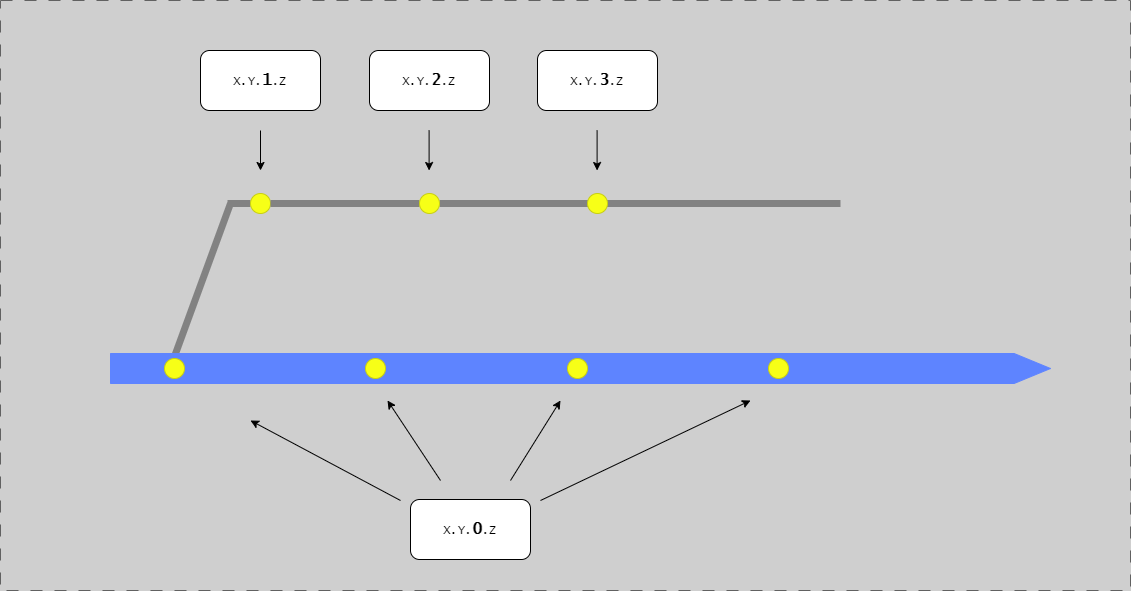
Above: docs/assets/branching/versioning-revision.drawio.png in ready-to-release/eac (draw.io), before the change. Source tidied: cells renumbered, new cells last; positions are measured from the earlier drawing's top-left corner, leaving out a move shared by most shapes. The source it was exported from:
```xml
<mxGraphModel background="#CFCFCF">
  <root>
    <mxCell id="0" />
    <mxCell id="1" parent="0" />
    <mxCell id="2" style="group;strokeColor=#616161;dashed=1;dashPattern=12 12;fontFamily=Lucida Console;" parent="1" vertex="1">
      <mxGeometry width="1130" height="590" as="geometry" />
    </mxCell>
    <mxCell id="3" style="endArrow=none;html=1;rounded=0;strokeColor=#828282;strokeWidth=7;exitX=0.069;exitY=0.02;exitDx=0;exitDy=0;exitPerimeter=0;fontFamily=Lucida Console;" parent="1" edge="1" source="5">
      <mxGeometry relative="1" as="geometry">
        <mxPoint x="230" y="203" as="targetPoint" />
      </mxGeometry>
    </mxCell>
    <mxCell id="4" style="endArrow=none;html=1;rounded=0;strokeColor=#828282;strokeWidth=7;fontFamily=Lucida Console;" parent="1" edge="1" source="9">
      <mxGeometry relative="1" as="geometry">
        <mxPoint x="840" y="203" as="targetPoint" />
      </mxGeometry>
    </mxCell>
    <mxCell id="5" style="shape=singleArrow;whiteSpace=wrap;html=1;arrowWidth=1;arrowSize=0.03868852459016379;fillColor=#5E84FF;strokeColor=#5E84FF;fontFamily=Lucida Console;" parent="1" vertex="1">
      <mxGeometry x="110" y="353" width="940" height="30" as="geometry" />
    </mxCell>
    <mxCell id="6" style="endArrow=none;html=1;rounded=0;strokeColor=#828282;strokeWidth=7;fontFamily=Lucida Console;" parent="1" edge="1" target="7">
      <mxGeometry relative="1" as="geometry">
        <mxPoint x="227" y="203" as="sourcePoint" />
      </mxGeometry>
    </mxCell>
    <mxCell id="7" style="ellipse;whiteSpace=wrap;html=1;fillColor=#F7FF17;strokeColor=#C8CF13;fontFamily=Lucida Console;" parent="1" vertex="1">
      <mxGeometry x="250" y="193" width="20" height="20" as="geometry" />
    </mxCell>
    <mxCell id="8" style="endArrow=none;html=1;rounded=0;strokeColor=#828282;strokeWidth=7;fontFamily=Lucida Console;" parent="1" edge="1" source="7" target="9">
      <mxGeometry relative="1" as="geometry" />
    </mxCell>
    <mxCell id="9" style="ellipse;whiteSpace=wrap;html=1;fillColor=#F7FF17;strokeColor=#C8CF13;fontFamily=Lucida Console;" parent="1" vertex="1">
      <mxGeometry x="419" y="193" width="20" height="20" as="geometry" />
    </mxCell>
    <mxCell id="10" style="ellipse;whiteSpace=wrap;html=1;fillColor=#F7FF17;strokeColor=#C8CF13;fontFamily=Lucida Console;" parent="1" vertex="1">
      <mxGeometry x="587" y="193" width="20" height="20" as="geometry" />
    </mxCell>
    <mxCell id="11" style="ellipse;whiteSpace=wrap;html=1;fillColor=#F7FF17;strokeColor=#C8CF13;fontFamily=Lucida Console;" parent="1" vertex="1">
      <mxGeometry x="164" y="358" width="20" height="20" as="geometry" />
    </mxCell>
    <mxCell id="12" style="ellipse;whiteSpace=wrap;html=1;fillColor=#F7FF17;strokeColor=#C8CF13;fontFamily=Lucida Console;" parent="1" vertex="1">
      <mxGeometry x="365" y="358" width="20" height="20" as="geometry" />
    </mxCell>
    <mxCell id="13" style="ellipse;whiteSpace=wrap;html=1;fillColor=#F7FF17;strokeColor=#C8CF13;fontFamily=Lucida Console;" parent="1" vertex="1">
      <mxGeometry x="567" y="358" width="20" height="20" as="geometry" />
    </mxCell>
    <mxCell id="14" style="ellipse;whiteSpace=wrap;html=1;fillColor=#F7FF17;strokeColor=#C8CF13;fontFamily=Lucida Console;" parent="1" vertex="1">
      <mxGeometry x="768" y="358" width="20" height="20" as="geometry" />
    </mxCell>
    <mxCell id="15" value="X.Y.&lt;b&gt;&lt;font style=&quot;font-size: 16px;&quot;&gt;0&lt;/font&gt;&lt;/b&gt;.Z" style="rounded=1;whiteSpace=wrap;html=1;fontFamily=Lucida Console;" parent="1" vertex="1">
      <mxGeometry x="410" y="499" width="120" height="60" as="geometry" />
    </mxCell>
    <mxCell id="16" value="X.Y.&lt;b&gt;&lt;font style=&quot;font-size: 16px;&quot;&gt;1&lt;/font&gt;&lt;/b&gt;.Z" style="rounded=1;whiteSpace=wrap;html=1;fontFamily=Lucida Console;" parent="1" vertex="1">
      <mxGeometry x="200" y="50" width="120" height="60" as="geometry" />
    </mxCell>
    <mxCell id="17" value="X.Y.&lt;b&gt;&lt;font style=&quot;font-size: 16px;&quot;&gt;2&lt;/font&gt;&lt;/b&gt;.Z" style="rounded=1;whiteSpace=wrap;html=1;fontFamily=Lucida Console;" parent="1" vertex="1">
      <mxGeometry x="369" y="50" width="120" height="60" as="geometry" />
    </mxCell>
    <mxCell id="18" value="X.Y.&lt;b&gt;&lt;font style=&quot;font-size: 16px;&quot;&gt;3&lt;/font&gt;&lt;/b&gt;.Z" style="rounded=1;whiteSpace=wrap;html=1;fontFamily=Lucida Console;" parent="1" vertex="1">
      <mxGeometry x="537" y="50" width="120" height="60" as="geometry" />
    </mxCell>
    <mxCell id="19" style="endArrow=classic;html=1;rounded=0;" parent="1" edge="1">
      <mxGeometry relative="1" as="geometry">
        <mxPoint x="400" y="500" as="sourcePoint" />
        <mxPoint x="250" y="420" as="targetPoint" />
      </mxGeometry>
    </mxCell>
    <mxCell id="20" style="endArrow=classic;html=1;rounded=0;" parent="1" edge="1">
      <mxGeometry relative="1" as="geometry">
        <mxPoint x="440" y="480" as="sourcePoint" />
        <mxPoint x="387" y="400" as="targetPoint" />
      </mxGeometry>
    </mxCell>
    <mxCell id="21" style="endArrow=classic;html=1;rounded=0;" parent="1" edge="1">
      <mxGeometry relative="1" as="geometry">
        <mxPoint x="510" y="480" as="sourcePoint" />
        <mxPoint x="560" y="400" as="targetPoint" />
      </mxGeometry>
    </mxCell>
    <mxCell id="22" style="endArrow=classic;html=1;rounded=0;" parent="1" edge="1">
      <mxGeometry relative="1" as="geometry">
        <mxPoint x="540" y="500" as="sourcePoint" />
        <mxPoint x="750" y="400" as="targetPoint" />
      </mxGeometry>
    </mxCell>
    <mxCell id="23" style="endArrow=classic;html=1;rounded=0;" parent="1" edge="1">
      <mxGeometry relative="1" as="geometry">
        <mxPoint x="260" y="130" as="sourcePoint" />
        <mxPoint x="260" y="170" as="targetPoint" />
      </mxGeometry>
    </mxCell>
    <mxCell id="24" style="endArrow=classic;html=1;rounded=0;" parent="1" edge="1">
      <mxGeometry relative="1" as="geometry">
        <mxPoint x="428.6" y="130" as="sourcePoint" />
        <mxPoint x="428.6" y="170" as="targetPoint" />
      </mxGeometry>
    </mxCell>
    <mxCell id="25" style="endArrow=classic;html=1;rounded=0;" parent="1" edge="1">
      <mxGeometry relative="1" as="geometry">
        <mxPoint x="596.6" y="130" as="sourcePoint" />
        <mxPoint x="596.6" y="170" as="targetPoint" />
      </mxGeometry>
    </mxCell>
  </root>
</mxGraphModel>
```
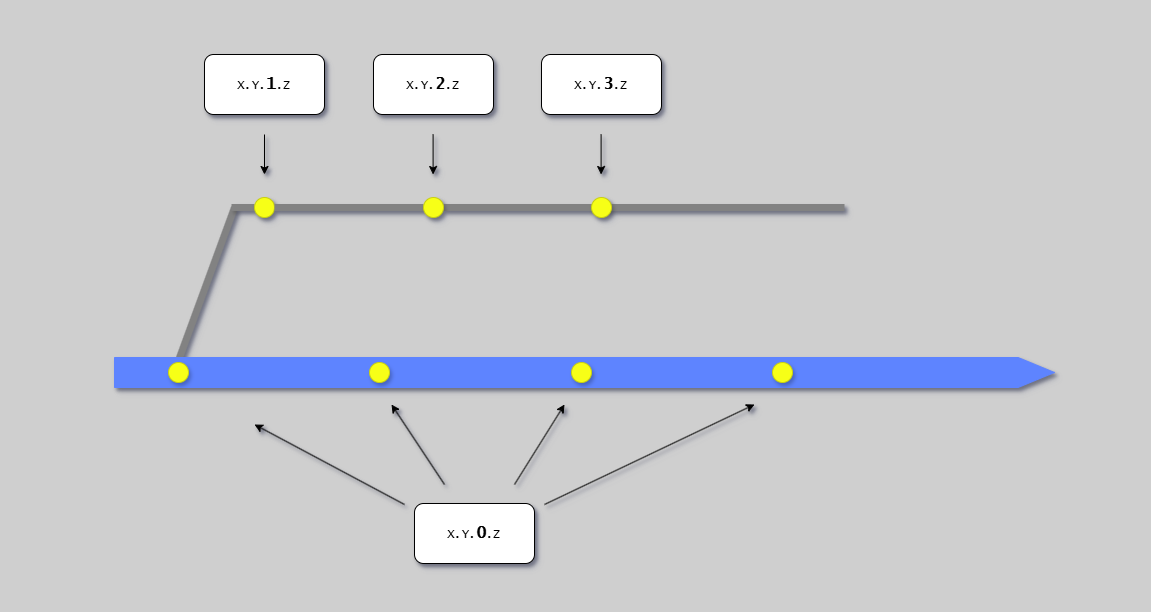
The same file after the commit.

Change to the diagram source:
```diff
@@ -1,101 +1,101 @@
-<mxGraphModel background="#CFCFCF">
+<mxGraphModel background="#CFCFCF" shadow="1">
   <root>
     <mxCell id="0" />
     <mxCell id="1" parent="0" />
-    <mxCell id="2" style="group;strokeColor=#616161;dashed=1;dashPattern=12 12;fontFamily=Lucida Console;" parent="1" vertex="1">
+    <mxCell id="2" style="group;strokeColor=none;dashed=1;dashPattern=12 12;fontFamily=Lucida Console;shadow=1;" parent="1" vertex="1">
       <mxGeometry width="1130" height="590" as="geometry" />
     </mxCell>
-    <mxCell id="3" style="endArrow=none;html=1;rounded=0;strokeColor=#828282;strokeWidth=7;exitX=0.069;exitY=0.02;exitDx=0;exitDy=0;exitPerimeter=0;fontFamily=Lucida Console;" parent="1" edge="1" source="5">
+    <mxCell id="3" style="endArrow=none;html=1;rounded=0;strokeColor=#828282;strokeWidth=7;exitX=0.069;exitY=0.02;exitDx=0;exitDy=0;exitPerimeter=0;fontFamily=Lucida Console;shadow=1;" parent="1" edge="1" source="5">
       <mxGeometry relative="1" as="geometry">
         <mxPoint x="230" y="203" as="targetPoint" />
       </mxGeometry>
     </mxCell>
-    <mxCell id="4" style="endArrow=none;html=1;rounded=0;strokeColor=#828282;strokeWidth=7;fontFamily=Lucida Console;" parent="1" edge="1" source="9">
+    <mxCell id="4" style="endArrow=none;html=1;rounded=0;strokeColor=#828282;strokeWidth=7;fontFamily=Lucida Console;shadow=1;" parent="1" edge="1" source="9">
       <mxGeometry relative="1" as="geometry">
         <mxPoint x="840" y="203" as="targetPoint" />
       </mxGeometry>
     </mxCell>
-    <mxCell id="5" style="shape=singleArrow;whiteSpace=wrap;html=1;arrowWidth=1;arrowSize=0.03868852459016379;fillColor=#5E84FF;strokeColor=#5E84FF;fontFamily=Lucida Console;" parent="1" vertex="1">
+    <mxCell id="5" style="shape=singleArrow;whiteSpace=wrap;html=1;arrowWidth=1;arrowSize=0.03868852459016379;fillColor=#5E84FF;strokeColor=#5E84FF;fontFamily=Lucida Console;shadow=1;" parent="1" vertex="1">
       <mxGeometry x="110" y="353" width="940" height="30" as="geometry" />
     </mxCell>
-    <mxCell id="6" style="endArrow=none;html=1;rounded=0;strokeColor=#828282;strokeWidth=7;fontFamily=Lucida Console;" parent="1" edge="1" target="7">
+    <mxCell id="6" style="endArrow=none;html=1;rounded=0;strokeColor=#828282;strokeWidth=7;fontFamily=Lucida Console;shadow=1;" parent="1" edge="1" target="7">
       <mxGeometry relative="1" as="geometry">
         <mxPoint x="227" y="203" as="sourcePoint" />
       </mxGeometry>
     </mxCell>
-    <mxCell id="7" style="ellipse;whiteSpace=wrap;html=1;fillColor=#F7FF17;strokeColor=#C8CF13;fontFamily=Lucida Console;" parent="1" vertex="1">
+    <mxCell id="7" style="ellipse;whiteSpace=wrap;html=1;fillColor=#F7FF17;strokeColor=#C8CF13;fontFamily=Lucida Console;shadow=1;" parent="1" vertex="1">
       <mxGeometry x="250" y="193" width="20" height="20" as="geometry" />
     </mxCell>
-    <mxCell id="8" style="endArrow=none;html=1;rounded=0;strokeColor=#828282;strokeWidth=7;fontFamily=Lucida Console;" parent="1" edge="1" source="7" target="9">
+    <mxCell id="8" style="endArrow=none;html=1;rounded=0;strokeColor=#828282;strokeWidth=7;fontFamily=Lucida Console;shadow=1;" parent="1" edge="1" source="7" target="9">
       <mxGeometry relative="1" as="geometry" />
     </mxCell>
-    <mxCell id="9" style="ellipse;whiteSpace=wrap;html=1;fillColor=#F7FF17;strokeColor=#C8CF13;fontFamily=Lucida Console;" parent="1" vertex="1">
+    <mxCell id="9" style="ellipse;whiteSpace=wrap;html=1;fillColor=#F7FF17;strokeColor=#C8CF13;fontFamily=Lucida Console;shadow=1;" parent="1" vertex="1">
       <mxGeometry x="419" y="193" width="20" height="20" as="geometry" />
     </mxCell>
-    <mxCell id="10" style="ellipse;whiteSpace=wrap;html=1;fillColor=#F7FF17;strokeColor=#C8CF13;fontFamily=Lucida Console;" parent="1" vertex="1">
+    <mxCell id="10" style="ellipse;whiteSpace=wrap;html=1;fillColor=#F7FF17;strokeColor=#C8CF13;fontFamily=Lucida Console;shadow=1;" parent="1" vertex="1">
       <mxGeometry x="587" y="193" width="20" height="20" as="geometry" />
     </mxCell>
-    <mxCell id="11" style="ellipse;whiteSpace=wrap;html=1;fillColor=#F7FF17;strokeColor=#C8CF13;fontFamily=Lucida Console;" parent="1" vertex="1">
+    <mxCell id="11" style="ellipse;whiteSpace=wrap;html=1;fillColor=#F7FF17;strokeColor=#C8CF13;fontFamily=Lucida Console;shadow=1;" parent="1" vertex="1">
       <mxGeometry x="164" y="358" width="20" height="20" as="geometry" />
     </mxCell>
-    <mxCell id="12" style="ellipse;whiteSpace=wrap;html=1;fillColor=#F7FF17;strokeColor=#C8CF13;fontFamily=Lucida Console;" parent="1" vertex="1">
+    <mxCell id="12" style="ellipse;whiteSpace=wrap;html=1;fillColor=#F7FF17;strokeColor=#C8CF13;fontFamily=Lucida Console;shadow=1;" parent="1" vertex="1">
       <mxGeometry x="365" y="358" width="20" height="20" as="geometry" />
     </mxCell>
-    <mxCell id="13" style="ellipse;whiteSpace=wrap;html=1;fillColor=#F7FF17;strokeColor=#C8CF13;fontFamily=Lucida Console;" parent="1" vertex="1">
+    <mxCell id="13" style="ellipse;whiteSpace=wrap;html=1;fillColor=#F7FF17;strokeColor=#C8CF13;fontFamily=Lucida Console;shadow=1;" parent="1" vertex="1">
       <mxGeometry x="567" y="358" width="20" height="20" as="geometry" />
     </mxCell>
-    <mxCell id="14" style="ellipse;whiteSpace=wrap;html=1;fillColor=#F7FF17;strokeColor=#C8CF13;fontFamily=Lucida Console;" parent="1" vertex="1">
+    <mxCell id="14" style="ellipse;whiteSpace=wrap;html=1;fillColor=#F7FF17;strokeColor=#C8CF13;fontFamily=Lucida Console;shadow=1;" parent="1" vertex="1">
       <mxGeometry x="768" y="358" width="20" height="20" as="geometry" />
     </mxCell>
-    <mxCell id="15" value="X.Y.&lt;b&gt;&lt;font style=&quot;font-size: 16px;&quot;&gt;0&lt;/font&gt;&lt;/b&gt;.Z" style="rounded=1;whiteSpace=wrap;html=1;fontFamily=Lucida Console;" parent="1" vertex="1">
+    <mxCell id="15" value="X.Y.&lt;b&gt;&lt;font style=&quot;font-size: 16px;&quot;&gt;0&lt;/font&gt;&lt;/b&gt;.Z" style="rounded=1;whiteSpace=wrap;html=1;fontFamily=Lucida Console;shadow=1;" parent="1" vertex="1">
       <mxGeometry x="410" y="499" width="120" height="60" as="geometry" />
     </mxCell>
-    <mxCell id="16" value="X.Y.&lt;b&gt;&lt;font style=&quot;font-size: 16px;&quot;&gt;1&lt;/font&gt;&lt;/b&gt;.Z" style="rounded=1;whiteSpace=wrap;html=1;fontFamily=Lucida Console;" parent="1" vertex="1">
+    <mxCell id="16" value="X.Y.&lt;b&gt;&lt;font style=&quot;font-size: 16px;&quot;&gt;1&lt;/font&gt;&lt;/b&gt;.Z" style="rounded=1;whiteSpace=wrap;html=1;fontFamily=Lucida Console;shadow=1;" parent="1" vertex="1">
       <mxGeometry x="200" y="50" width="120" height="60" as="geometry" />
     </mxCell>
-    <mxCell id="17" value="X.Y.&lt;b&gt;&lt;font style=&quot;font-size: 16px;&quot;&gt;2&lt;/font&gt;&lt;/b&gt;.Z" style="rounded=1;whiteSpace=wrap;html=1;fontFamily=Lucida Console;" parent="1" vertex="1">
+    <mxCell id="17" value="X.Y.&lt;b&gt;&lt;font style=&quot;font-size: 16px;&quot;&gt;2&lt;/font&gt;&lt;/b&gt;.Z" style="rounded=1;whiteSpace=wrap;html=1;fontFamily=Lucida Console;shadow=1;" parent="1" vertex="1">
       <mxGeometry x="369" y="50" width="120" height="60" as="geometry" />
     </mxCell>
-    <mxCell id="18" value="X.Y.&lt;b&gt;&lt;font style=&quot;font-size: 16px;&quot;&gt;3&lt;/font&gt;&lt;/b&gt;.Z" style="rounded=1;whiteSpace=wrap;html=1;fontFamily=Lucida Console;" parent="1" vertex="1">
+    <mxCell id="18" value="X.Y.&lt;b&gt;&lt;font style=&quot;font-size: 16px;&quot;&gt;3&lt;/font&gt;&lt;/b&gt;.Z" style="rounded=1;whiteSpace=wrap;html=1;fontFamily=Lucida Console;shadow=1;" parent="1" vertex="1">
       <mxGeometry x="537" y="50" width="120" height="60" as="geometry" />
     </mxCell>
-    <mxCell id="19" style="endArrow=classic;html=1;rounded=0;" parent="1" edge="1">
+    <mxCell id="19" style="endArrow=classic;html=1;rounded=0;shadow=1;" parent="1" edge="1">
       <mxGeometry relative="1" as="geometry">
         <mxPoint x="400" y="500" as="sourcePoint" />
         <mxPoint x="250" y="420" as="targetPoint" />
       </mxGeometry>
     </mxCell>
-    <mxCell id="20" style="endArrow=classic;html=1;rounded=0;" parent="1" edge="1">
+    <mxCell id="20" style="endArrow=classic;html=1;rounded=0;shadow=1;" parent="1" edge="1">
       <mxGeometry relative="1" as="geometry">
         <mxPoint x="440" y="480" as="sourcePoint" />
         <mxPoint x="387" y="400" as="targetPoint" />
       </mxGeometry>
     </mxCell>
-    <mxCell id="21" style="endArrow=classic;html=1;rounded=0;" parent="1" edge="1">
+    <mxCell id="21" style="endArrow=classic;html=1;rounded=0;shadow=1;" parent="1" edge="1">
       <mxGeometry relative="1" as="geometry">
         <mxPoint x="510" y="480" as="sourcePoint" />
         <mxPoint x="560" y="400" as="targetPoint" />
       </mxGeometry>
     </mxCell>
-    <mxCell id="22" style="endArrow=classic;html=1;rounded=0;" parent="1" edge="1">
+    <mxCell id="22" style="endArrow=classic;html=1;rounded=0;shadow=1;" parent="1" edge="1">
       <mxGeometry relative="1" as="geometry">
         <mxPoint x="540" y="500" as="sourcePoint" />
         <mxPoint x="750" y="400" as="targetPoint" />
       </mxGeometry>
     </mxCell>
-    <mxCell id="23" style="endArrow=classic;html=1;rounded=0;" parent="1" edge="1">
+    <mxCell id="23" style="endArrow=classic;html=1;rounded=0;shadow=1;" parent="1" edge="1">
       <mxGeometry relative="1" as="geometry">
         <mxPoint x="260" y="130" as="sourcePoint" />
         <mxPoint x="260" y="170" as="targetPoint" />
       </mxGeometry>
     </mxCell>
-    <mxCell id="24" style="endArrow=classic;html=1;rounded=0;" parent="1" edge="1">
+    <mxCell id="24" style="endArrow=classic;html=1;rounded=0;shadow=1;" parent="1" edge="1">
       <mxGeometry relative="1" as="geometry">
         <mxPoint x="428.6" y="130" as="sourcePoint" />
         <mxPoint x="428.6" y="170" as="targetPoint" />
       </mxGeometry>
     </mxCell>
-    <mxCell id="25" style="endArrow=classic;html=1;rounded=0;" parent="1" edge="1">
+    <mxCell id="25" style="endArrow=classic;html=1;rounded=0;shadow=1;" parent="1" edge="1">
       <mxGeometry relative="1" as="geometry">
         <mxPoint x="596.6" y="130" as="sourcePoint" />
         <mxPoint x="596.6" y="170" as="targetPoint" />
```
